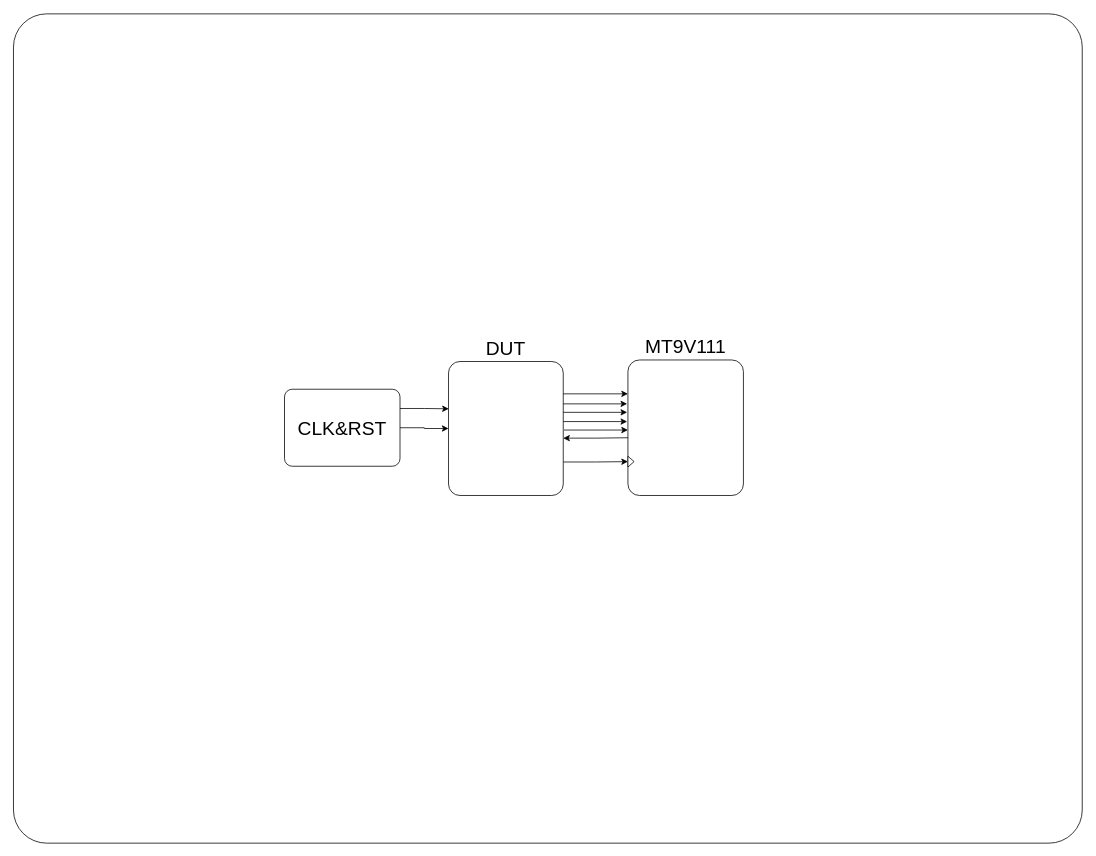
Earlier version of the draw.io diagram page "TESTBENCH" (1 of 4) of projects/vicon_cmgj/diagram/vicon.drawio (carlosmgj/VICON). Source tidied: cells renumbered, new cells numbered last; positions are measured from the earlier drawing's top-left corner, leaving out a move shared by most shapes. Both pictures are drawn from the tidied source at 77%, with x=0, y=0 at pixel (13, 13).
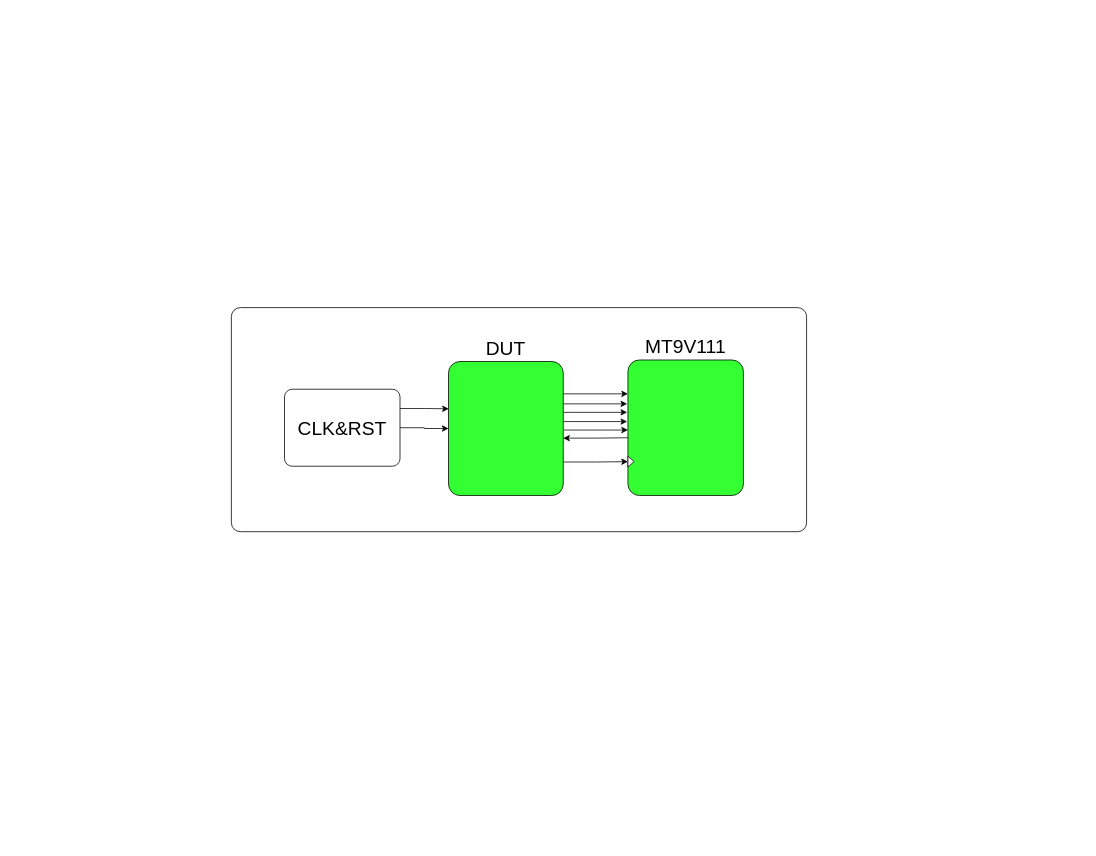
After the change.

What changed in the source:
```diff
@@
     <mxCell id="2" style="rounded=1;whiteSpace=wrap;html=1;arcSize=4;" parent="1" vertex="1">
-      <mxGeometry y="0.5" width="1388" height="1077" as="geometry" />
+      <mxGeometry x="283" y="382" width="747" height="291" as="geometry" />
     </mxCell>
@@
-    <mxCell id="4" value="DUT" style="rounded=1;whiteSpace=wrap;html=1;arcSize=10;fontSize=25;imageWidth=24;labelBackgroundColor=none;verticalAlign=bottom;labelPosition=center;verticalLabelPosition=top;align=center;" parent="1" vertex="1">
+    <mxCell id="4" value="DUT" style="rounded=1;whiteSpace=wrap;html=1;arcSize=10;fontSize=25;imageWidth=24;labelBackgroundColor=none;verticalAlign=bottom;labelPosition=center;verticalLabelPosition=top;align=center;fillColor=#33FF33;" parent="1" vertex="1">
       <mxGeometry x="565" y="452" width="149" height="174" as="geometry" />
     </mxCell>
-    <mxCell id="5" value="MT9V111" style="rounded=1;whiteSpace=wrap;html=1;arcSize=10;fontSize=25;labelBackgroundColor=none;verticalAlign=bottom;labelPosition=center;verticalLabelPosition=top;align=center;" parent="1" vertex="1">
+    <mxCell id="5" value="MT9V111" style="rounded=1;whiteSpace=wrap;html=1;arcSize=10;fontSize=25;labelBackgroundColor=none;verticalAlign=bottom;labelPosition=center;verticalLabelPosition=top;align=center;fillColor=#33FF33;" parent="1" vertex="1">
       <mxGeometry x="798" y="450" width="150" height="176" as="geometry" />
     </mxCell>
```
